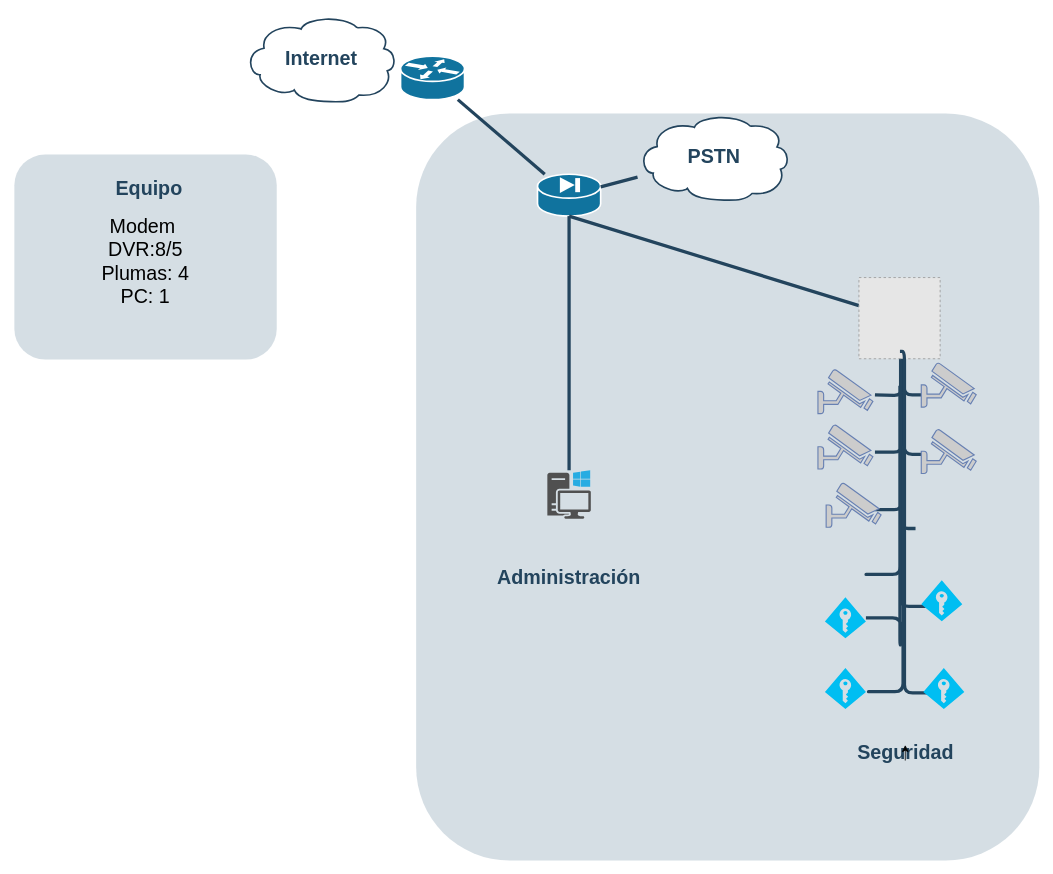
0002itz/pruevas-registro-de-seguridad keeps this draw.io diagram as Atualidad de SDM.drawio. Above is the earlier version. Source tidied: cells renumbered, new cells numbered last; positions are measured from the earlier drawing's top-left corner, leaving out a move shared by most shapes. Both pictures are drawn from the tidied source at 82%, with x=0, y=0 at pixel (14, 15). Pictures stored in the file or linked from it are replaced by grey dashed boxes.
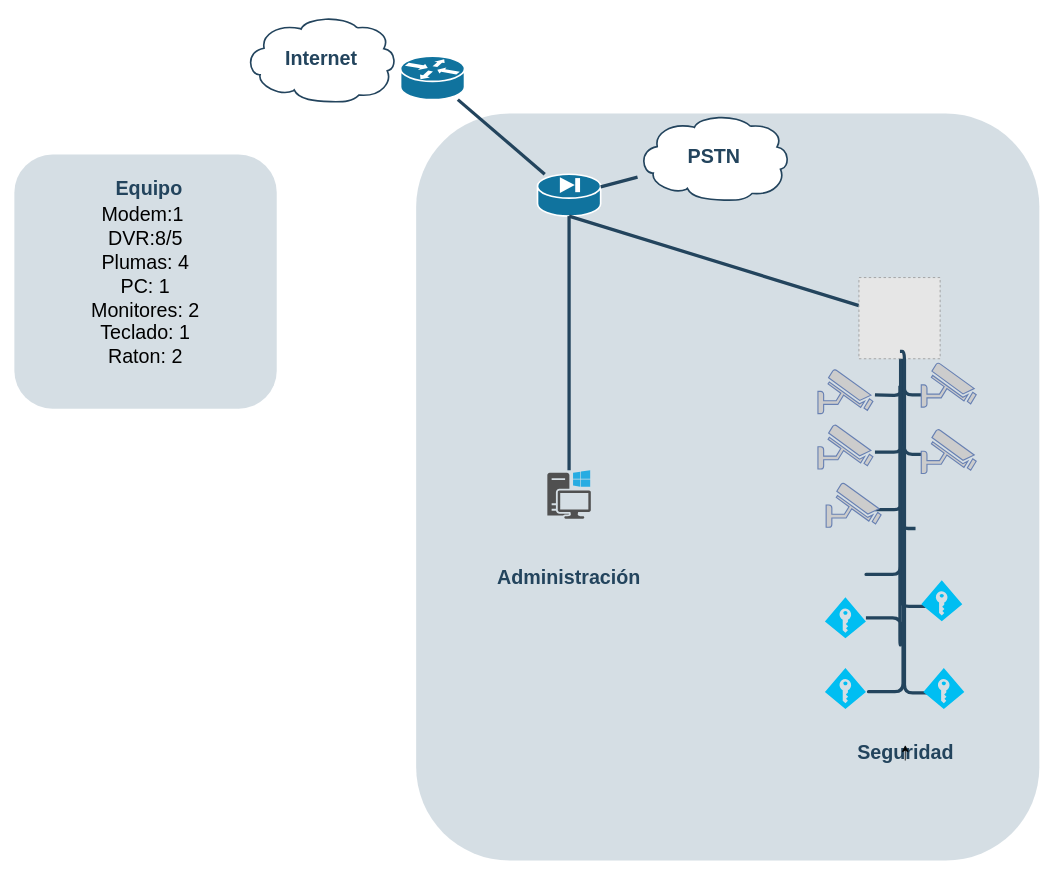
Above is the later version.

Diff of the diagram source:
```diff
@@
     <mxCell id="37" style="rounded=1;whiteSpace=wrap;html=1;strokeColor=none;fillColor=#BAC8D3;fontSize=24;fontColor=#23445D;align=center;opacity=60;" parent="1" vertex="1">
-      <mxGeometry y="170" width="320" height="250" as="geometry" />
+      <mxGeometry y="170" width="320" height="310" as="geometry" />
     </mxCell>
@@
-    <mxCell id="39" value="&lt;font style=&quot;font-size: 24px;&quot;&gt;Modem&amp;nbsp;&lt;br&gt;DVR:8/5&lt;br&gt;Plumas: 4&lt;br&gt;PC: 1&lt;br&gt;&lt;br&gt;&lt;/font&gt;" style="text;html=1;strokeColor=none;fillColor=none;align=center;verticalAlign=middle;whiteSpace=wrap;rounded=0;" parent="1" vertex="1">
-      <mxGeometry x="80" y="300" width="160" height="30" as="geometry" />
+    <mxCell id="39" value="&lt;font style=&quot;font-size: 24px;&quot;&gt;Modem:1&amp;nbsp;&lt;br&gt;DVR:8/5&lt;br&gt;Plumas: 4&lt;br&gt;PC: 1&lt;br&gt;Monitores: 2&lt;br&gt;Teclado: 1&lt;br&gt;Raton: 2&lt;br&gt;&lt;br&gt;&lt;/font&gt;" style="text;html=1;strokeColor=none;fillColor=none;align=center;verticalAlign=middle;whiteSpace=wrap;rounded=0;" parent="1" vertex="1">
+      <mxGeometry x="80" y="330" width="160" height="30" as="geometry" />
     </mxCell>
+    <mxCell id="40" style="edgeStyle=orthogonalEdgeStyle;rounded=0;orthogonalLoop=1;jettySize=auto;html=1;exitX=0.5;exitY=1;exitDx=0;exitDy=0;" parent="1" edge="1" source="39" target="39">
+      <mxGeometry relative="1" as="geometry" />
+    </mxCell>
```
